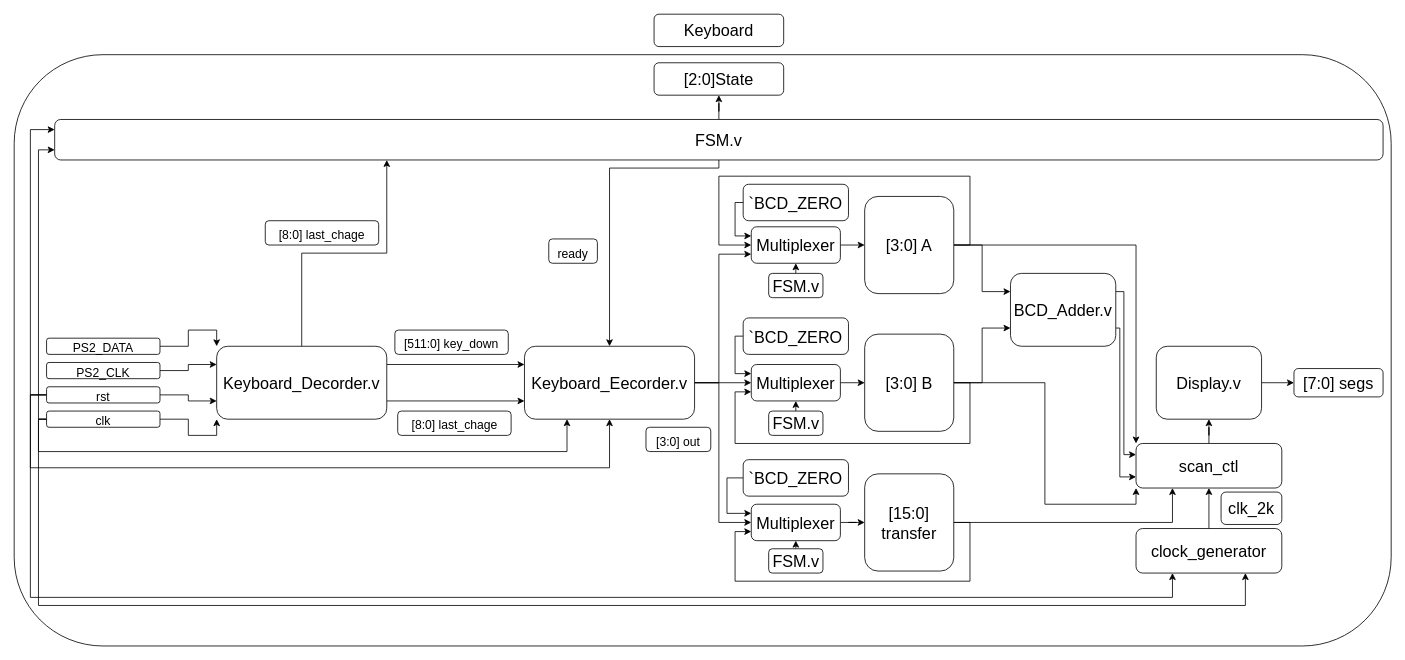
The draw.io diagram Keyboard_2.drawio in Allenaxe/diagram, before the edit. Source tidied: cells renumbered, new cells numbered last; positions are measured from the earlier drawing's top-left corner, leaving out a move shared by most shapes. Both pictures are drawn from the tidied source at 81%, with x=0, y=0 at pixel (14, 14).
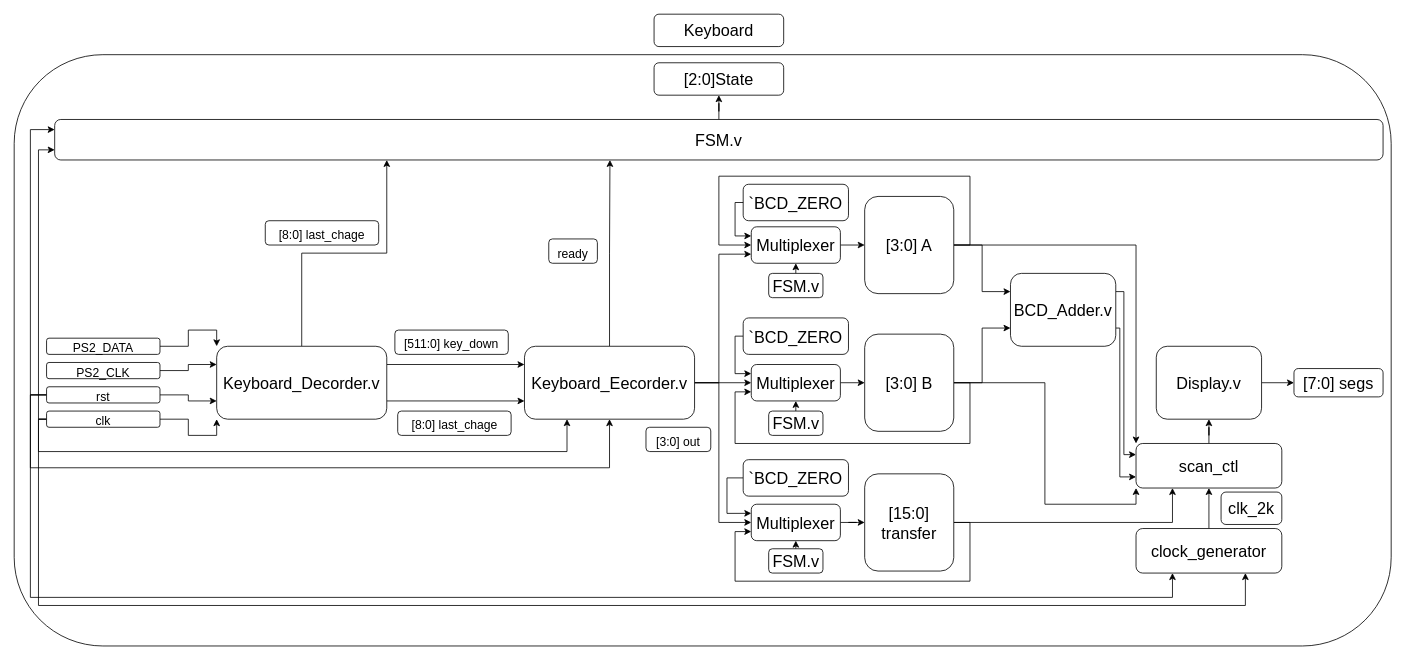
Above is the later version.

The change refers to these unchanged cells:
```xml
<mxCell id="10" value="&lt;span style=&quot;font-size: 20px&quot;&gt;Keyboard_Eecorder.v&lt;/span&gt;" style="whiteSpace=wrap;html=1;rounded=1;" parent="1" vertex="1">
  <mxGeometry x="630" y="410" width="210" height="90" as="geometry" />
</mxCell>
<mxCell id="70" value="&lt;span style=&quot;font-size: 20px&quot;&gt;FSM.v&lt;/span&gt;" style="whiteSpace=wrap;html=1;rounded=1;" parent="1" vertex="1">
  <mxGeometry x="50" y="130" width="1640" height="50" as="geometry" />
</mxCell>
```

The edit, as a diff of the source:
```diff
@@
+    <mxCell id="75" style="edgeStyle=orthogonalEdgeStyle;rounded=0;jettySize=auto;html=1;exitX=0.5;exitY=0;exitDx=0;exitDy=0;entryX=0.418;entryY=1;entryDx=0;entryDy=0;entryPerimeter=0;" parent="1" edge="1" source="10" target="70">
+      <mxGeometry relative="1" as="geometry" />
+    </mxCell>
@@
-    <mxCell id="69" style="edgeStyle=orthogonalEdgeStyle;rounded=0;jettySize=auto;html=1;exitX=0.5;exitY=1;exitDx=0;exitDy=0;entryX=0.5;entryY=0;entryDx=0;entryDy=0;fontSize=20;" parent="1" edge="1" source="70" target="10">
-      <mxGeometry relative="1" as="geometry">
-        <Array as="points">
-          <mxPoint x="870" y="190" />
-          <mxPoint x="735" y="190" />
-        </Array>
-      </mxGeometry>
-    </mxCell>
```
